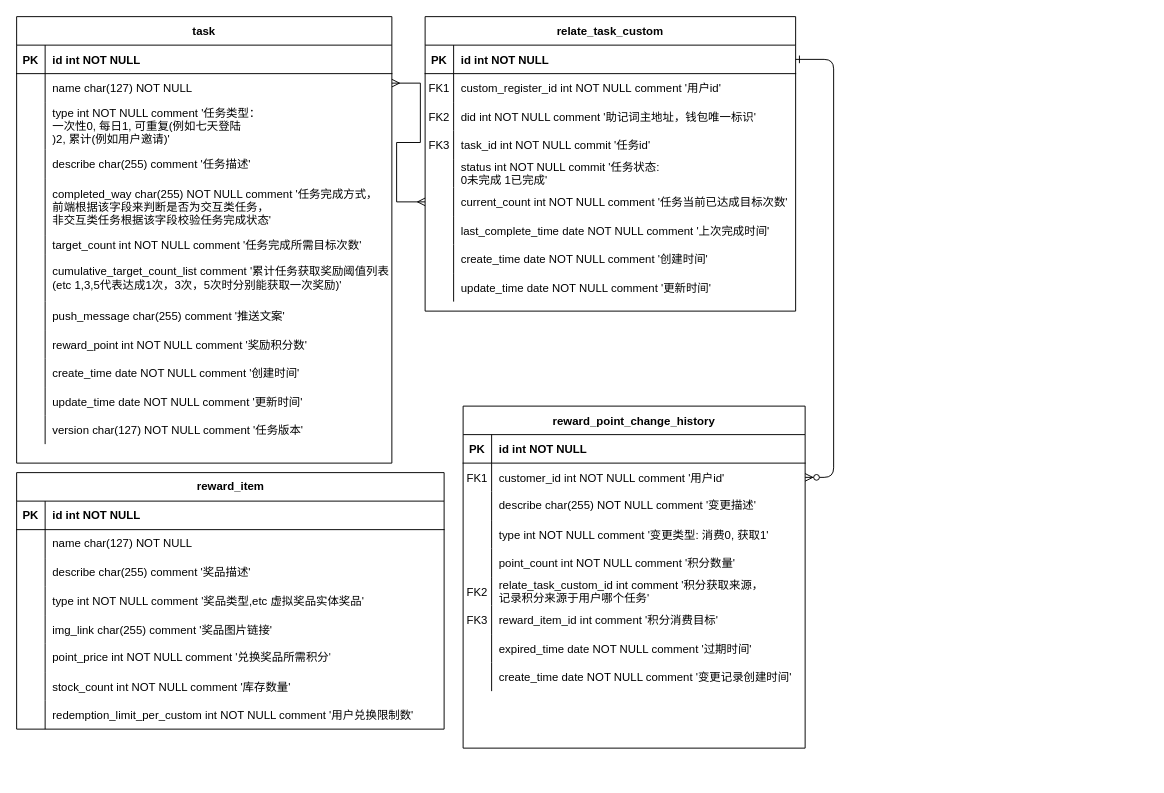
This is 未命名绘图.drawio from wangzuo2023/testCI, a draw.io file, before an edit. Source tidied: cells renumbered, new cells numbered last; positions are measured from the earlier drawing's top-left corner, leaving out a move shared by most shapes. Both pictures are drawn from the tidied source at 95%, with x=0, y=0 at pixel (16, 16).
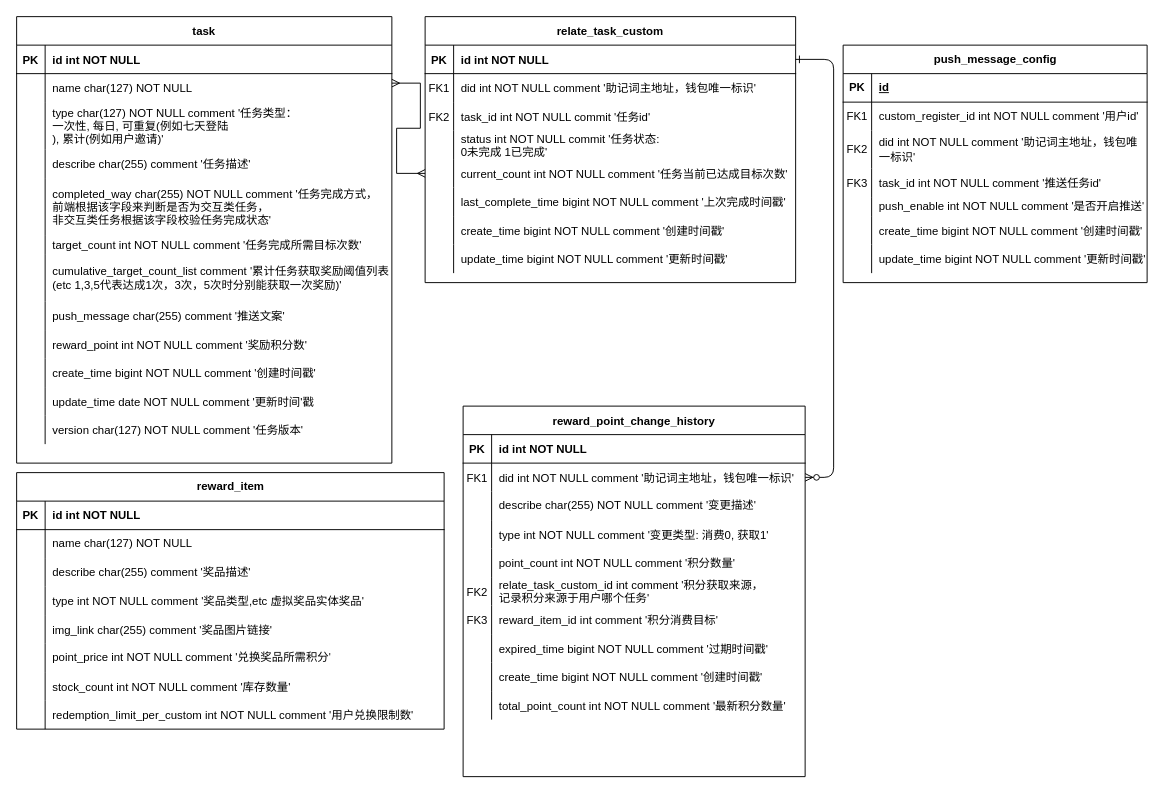
The same diagram, later.

Commit message:
积分任务系统接口设计.drawio

The change refers to these unchanged cells:
```xml
<mxCell id="35" style="shape=partialRectangle;fillColor=none;points=[[0,0.5],[1,0.5]];portConstraint=eastwest;top=0;left=0;right=0;bottom=0;" parent="31" vertex="1">
  <mxGeometry y="60" width="360" height="30" as="geometry" />
</mxCell>
<mxCell id="53" style="shape=tableRow;horizontal=0;startSize=0;swimlaneHead=0;swimlaneBody=0;fillColor=none;top=0;left=0;right=0;bottom=0;" parent="31" vertex="1">
  <mxGeometry y="240" width="360" height="30" as="geometry" />
</mxCell>
<mxCell id="56" style="shape=tableRow;horizontal=0;startSize=0;swimlaneHead=0;swimlaneBody=0;fillColor=none;top=0;left=0;right=0;bottom=0;" parent="31" vertex="1">
  <mxGeometry y="270" width="360" height="30" as="geometry" />
</mxCell>
<mxCell id="66" style="shape=tableRow;horizontal=0;startSize=0;swimlaneHead=0;swimlaneBody=0;fillColor=none;top=0;left=0;right=0;bottom=0;" parent="59" vertex="1">
  <mxGeometry y="90" width="395" height="50" as="geometry" />
</mxCell>
<mxCell id="87" style="shape=tableRow;horizontal=0;startSize=0;swimlaneHead=0;swimlaneBody=0;fillColor=none;top=0;left=0;right=0;bottom=0;" parent="59" vertex="1">
  <mxGeometry y="360" width="395" height="30" as="geometry" />
</mxCell>
<mxCell id="90" style="shape=tableRow;horizontal=0;startSize=0;swimlaneHead=0;swimlaneBody=0;fillColor=none;top=0;left=0;right=0;bottom=0;" parent="59" vertex="1">
  <mxGeometry y="390" width="395" height="30" as="geometry" />
</mxCell>
```

What changed in the source:
```diff
@@
     <mxCell id="3" value="relate_task_custom" style="shape=table;startSize=30;childLayout=tableLayout;rowLines=0;fontStyle=1;align=center;" parent="1" vertex="1">
-      <mxGeometry x="430" width="390" height="310" as="geometry" />
+      <mxGeometry x="430" width="390" height="280" as="geometry" />
     </mxCell>
@@
-    <mxCell id="7" style="shape=partialRectangle;fillColor=none;top=0;left=0;right=0;bottom=0;" parent="3" vertex="1">
-      <mxGeometry y="60" width="390" height="30" as="geometry" />
-    </mxCell>
-    <mxCell id="8" value="FK1" style="shape=partialRectangle;overflow=hidden;fillColor=none;top=0;left=0;bottom=0;right=0;" parent="7" vertex="1">
-      <mxGeometry width="30" height="30" as="geometry" />
-    </mxCell>
-    <mxCell id="9" value="custom_register_id int NOT NULL comment '用户id'" style="shape=partialRectangle;overflow=hidden;fillColor=none;top=0;left=0;bottom=0;right=0;align=left;spacingLeft=6;" parent="7" vertex="1">
-      <mxGeometry x="30" width="360" height="30" as="geometry" />
-    </mxCell>
     <mxCell id="10" style="shape=tableRow;horizontal=0;startSize=0;swimlaneHead=0;swimlaneBody=0;fillColor=none;top=0;left=0;right=0;bottom=0;" parent="3" vertex="1">
-      <mxGeometry y="90" width="390" height="30" as="geometry" />
+      <mxGeometry y="60" width="390" height="30" as="geometry" />
     </mxCell>
-    <mxCell id="11" value="FK2" style="shape=partialRectangle;fillColor=none;top=0;left=0;bottom=0;right=0;overflow=hidden;" parent="10" vertex="1">
+    <mxCell id="11" value="FK1" style="shape=partialRectangle;fillColor=none;top=0;left=0;bottom=0;right=0;overflow=hidden;" parent="10" vertex="1">
       <mxGeometry width="30" height="30" as="geometry" />
     </mxCell>
@@
     <mxCell id="13" style="shape=partialRectangle;fillColor=none;top=0;left=0;right=0;bottom=0;" parent="3" vertex="1">
-      <mxGeometry y="120" width="390" height="30" as="geometry" />
+      <mxGeometry y="90" width="390" height="30" as="geometry" />
     </mxCell>
-    <mxCell id="14" value="FK3" style="shape=partialRectangle;overflow=hidden;fillColor=none;top=0;left=0;bottom=0;right=0;" parent="13" vertex="1">
+    <mxCell id="14" value="FK2" style="shape=partialRectangle;overflow=hidden;fillColor=none;top=0;left=0;bottom=0;right=0;" parent="13" vertex="1">
       <mxGeometry width="30" height="30" as="geometry" />
     </mxCell>
@@
     <mxCell id="16" style="shape=tableRow;horizontal=0;startSize=0;swimlaneHead=0;swimlaneBody=0;fillColor=none;top=0;left=0;right=0;bottom=0;" parent="3" vertex="1">
-      <mxGeometry y="150" width="390" height="30" as="geometry" />
+      <mxGeometry y="120" width="390" height="30" as="geometry" />
     </mxCell>
@@
     <mxCell id="19" style="shape=tableRow;horizontal=0;startSize=0;swimlaneHead=0;swimlaneBody=0;fillColor=none;points=[[0,0.5],[1,0.5]];portConstraint=eastwest;top=0;left=0;right=0;bottom=0;" parent="3" vertex="1">
-      <mxGeometry y="180" width="390" height="30" as="geometry" />
+      <mxGeometry y="150" width="390" height="30" as="geometry" />
     </mxCell>
@@
     <mxCell id="22" style="shape=tableRow;horizontal=0;startSize=0;swimlaneHead=0;swimlaneBody=0;fillColor=none;top=0;left=0;right=0;bottom=0;" parent="3" vertex="1">
-      <mxGeometry y="210" width="390" height="30" as="geometry" />
+      <mxGeometry y="180" width="390" height="30" as="geometry" />
     </mxCell>
@@
-    <mxCell id="24" value="last_complete_time date NOT NULL comment '上次完成时间'" style="shape=partialRectangle;fillColor=none;top=0;left=0;bottom=0;right=0;align=left;spacingLeft=6;overflow=hidden;" parent="22" vertex="1">
+    <mxCell id="24" value="last_complete_time bigint NOT NULL comment '上次完成时间戳'" style="shape=partialRectangle;fillColor=none;top=0;left=0;bottom=0;right=0;align=left;spacingLeft=6;overflow=hidden;" parent="22" vertex="1">
       <mxGeometry x="30" width="360" height="30" as="geometry" />
     </mxCell>
     <mxCell id="25" style="shape=tableRow;horizontal=0;startSize=0;swimlaneHead=0;swimlaneBody=0;fillColor=none;top=0;left=0;right=0;bottom=0;" parent="3" vertex="1">
-      <mxGeometry y="240" width="390" height="30" as="geometry" />
+      <mxGeometry y="210" width="390" height="30" as="geometry" />
     </mxCell>
@@
-    <mxCell id="27" value="create_time date NOT NULL comment '创建时间'" style="shape=partialRectangle;fillColor=none;top=0;left=0;bottom=0;right=0;align=left;spacingLeft=6;overflow=hidden;" parent="25" vertex="1">
+    <mxCell id="27" value="create_time bigint NOT NULL comment '创建时间戳'" style="shape=partialRectangle;fillColor=none;top=0;left=0;bottom=0;right=0;align=left;spacingLeft=6;overflow=hidden;" parent="25" vertex="1">
       <mxGeometry x="30" width="360" height="30" as="geometry" />
     </mxCell>
     <mxCell id="28" style="shape=tableRow;horizontal=0;startSize=0;swimlaneHead=0;swimlaneBody=0;fillColor=none;top=0;left=0;right=0;bottom=0;" parent="3" vertex="1">
-      <mxGeometry y="270" width="390" height="30" as="geometry" />
+      <mxGeometry y="240" width="390" height="30" as="geometry" />
     </mxCell>
@@
-    <mxCell id="30" value="update_time date NOT NULL comment '更新时间'" style="shape=partialRectangle;fillColor=none;top=0;left=0;bottom=0;right=0;align=left;spacingLeft=6;overflow=hidden;" parent="28" vertex="1">
+    <mxCell id="30" value="update_time bigint NOT NULL comment '更新时间戳'" style="shape=partialRectangle;fillColor=none;top=0;left=0;bottom=0;right=0;align=left;spacingLeft=6;overflow=hidden;" parent="28" vertex="1">
       <mxGeometry x="30" width="360" height="30" as="geometry" />
     </mxCell>
     <mxCell id="31" value="reward_point_change_history" style="shape=table;startSize=30;childLayout=tableLayout;rowLines=0;fontStyle=1;align=center;" parent="1" vertex="1">
-      <mxGeometry x="470" y="410" width="360" height="360" as="geometry" />
+      <mxGeometry x="470" y="410" width="360" height="390" as="geometry" />
     </mxCell>
@@
-    <mxCell id="37" value="customer_id int NOT NULL comment '用户id'" style="shape=partialRectangle;overflow=hidden;fillColor=none;top=0;left=0;bottom=0;right=0;align=left;spacingLeft=6;" parent="35" vertex="1">
+    <mxCell id="37" value="did int NOT NULL comment '助记词主地址，钱包唯一标识'" style="shape=partialRectangle;overflow=hidden;fillColor=none;top=0;left=0;bottom=0;right=0;align=left;spacingLeft=6;" parent="35" vertex="1">
       <mxGeometry x="30" width="330" height="30" as="geometry" />
     </mxCell>
@@
-    <mxCell id="55" value="expired_time date NOT NULL comment '过期时间'" style="shape=partialRectangle;fillColor=none;top=0;left=0;bottom=0;right=0;align=left;spacingLeft=6;overflow=hidden;" parent="53" vertex="1">
+    <mxCell id="55" value="expired_time bigint NOT NULL comment '过期时间戳'" style="shape=partialRectangle;fillColor=none;top=0;left=0;bottom=0;right=0;align=left;spacingLeft=6;overflow=hidden;" parent="53" vertex="1">
       <mxGeometry x="30" width="330" height="30" as="geometry" />
     </mxCell>
@@
-    <mxCell id="58" value="create_time date NOT NULL comment '变更记录创建时间'" style="shape=partialRectangle;fillColor=none;top=0;left=0;bottom=0;right=0;align=left;spacingLeft=6;overflow=hidden;" parent="56" vertex="1">
+    <mxCell id="58" value="create_time bigint NOT NULL comment '创建时间戳'" style="shape=partialRectangle;fillColor=none;top=0;left=0;bottom=0;right=0;align=left;spacingLeft=6;overflow=hidden;" parent="56" vertex="1">
       <mxGeometry x="30" width="330" height="30" as="geometry" />
     </mxCell>
+    <mxCell id="122" style="shape=tableRow;horizontal=0;startSize=0;swimlaneHead=0;swimlaneBody=0;fillColor=none;top=0;left=0;right=0;bottom=0;" parent="31" vertex="1">
+      <mxGeometry y="300" width="360" height="30" as="geometry" />
+    </mxCell>
+    <mxCell id="123" style="shape=partialRectangle;fillColor=none;top=0;left=0;bottom=0;right=0;overflow=hidden;" parent="122" vertex="1">
+      <mxGeometry width="30" height="30" as="geometry" />
+    </mxCell>
+    <mxCell id="124" value="total_point_count int NOT NULL comment '最新积分数量'" style="shape=partialRectangle;fillColor=none;top=0;left=0;bottom=0;right=0;align=left;spacingLeft=6;overflow=hidden;" parent="122" vertex="1">
+      <mxGeometry x="30" width="330" height="30" as="geometry" />
+    </mxCell>
@@
-    <mxCell id="68" value="type int NOT NULL comment '任务类型：&#10;一次性0, 每日1, 可重复(例如七天登陆&#10;)2, 累计(例如用户邀请)'" style="shape=partialRectangle;fillColor=none;top=0;left=0;bottom=0;right=0;align=left;spacingLeft=6;overflow=hidden;verticalAlign=middle;" parent="66" vertex="1">
+    <mxCell id="68" value="type char(127) NOT NULL comment '任务类型：&#10;一次性, 每日, 可重复(例如七天登陆&#10;), 累计(例如用户邀请)'" style="shape=partialRectangle;fillColor=none;top=0;left=0;bottom=0;right=0;align=left;spacingLeft=6;overflow=hidden;verticalAlign=middle;" parent="66" vertex="1">
       <mxGeometry x="30" width="365" height="50" as="geometry" />
     </mxCell>
@@
-    <mxCell id="89" value="create_time date NOT NULL comment '创建时间'" style="shape=partialRectangle;fillColor=none;top=0;left=0;bottom=0;right=0;align=left;spacingLeft=6;overflow=hidden;" parent="87" vertex="1">
+    <mxCell id="89" value="create_time bigint NOT NULL comment '创建时间戳'" style="shape=partialRectangle;fillColor=none;top=0;left=0;bottom=0;right=0;align=left;spacingLeft=6;overflow=hidden;" parent="87" vertex="1">
       <mxGeometry x="30" width="365" height="30" as="geometry" />
     </mxCell>
@@
-    <mxCell id="92" value="update_time date NOT NULL comment '更新时间'" style="shape=partialRectangle;fillColor=none;top=0;left=0;bottom=0;right=0;align=left;spacingLeft=6;overflow=hidden;" parent="90" vertex="1">
+    <mxCell id="92" value="update_time date NOT NULL comment '更新时间'戳" style="shape=partialRectangle;fillColor=none;top=0;left=0;bottom=0;right=0;align=left;spacingLeft=6;overflow=hidden;" parent="90" vertex="1">
       <mxGeometry x="30" width="365" height="30" as="geometry" />
     </mxCell>
@@
+    <mxCell id="125" value="push_message_config" style="shape=table;startSize=30;childLayout=tableLayout;rowLines=0;fontStyle=1;align=center;html=1;" parent="1" vertex="1">
+      <mxGeometry x="870" y="30" width="320" height="250" as="geometry" />
+    </mxCell>
+    <mxCell id="126" style="shape=tableRow;horizontal=0;startSize=0;swimlaneHead=0;swimlaneBody=0;fillColor=none;top=0;left=0;right=0;bottom=1;" parent="125" vertex="1">
+      <mxGeometry y="30" width="320" height="30" as="geometry" />
+    </mxCell>
+    <mxCell id="127" value="PK" style="shape=partialRectangle;fillColor=none;top=0;left=0;bottom=0;right=0;fontStyle=1;overflow=hidden;whiteSpace=wrap;html=1;" parent="126" vertex="1">
+      <mxGeometry width="30" height="30" as="geometry" />
+    </mxCell>
+    <mxCell id="128" value="id" style="shape=partialRectangle;fillColor=none;top=0;left=0;bottom=0;right=0;align=left;spacingLeft=6;fontStyle=5;overflow=hidden;whiteSpace=wrap;html=1;" parent="126" vertex="1">
+      <mxGeometry x="30" width="290" height="30" as="geometry" />
+    </mxCell>
+    <mxCell id="129" style="shape=tableRow;horizontal=0;startSize=0;swimlaneHead=0;swimlaneBody=0;fillColor=none;top=0;left=0;right=0;bottom=0;" parent="125" vertex="1">
+      <mxGeometry y="60" width="320" height="30" as="geometry" />
+    </mxCell>
+    <mxCell id="8" value="FK1" style="shape=partialRectangle;fillColor=none;top=0;left=0;bottom=0;right=0;overflow=hidden;whiteSpace=wrap;html=1;" parent="129" vertex="1">
+      <mxGeometry width="30" height="30" as="geometry" />
+    </mxCell>
+    <mxCell id="9" value="custom_register_id int NOT NULL comment '用户id'" style="shape=partialRectangle;fillColor=none;top=0;left=0;bottom=0;right=0;align=left;spacingLeft=6;overflow=hidden;whiteSpace=wrap;html=1;" parent="129" vertex="1">
+      <mxGeometry x="30" width="290" height="30" as="geometry" />
+    </mxCell>
+    <mxCell id="130" style="shape=tableRow;horizontal=0;startSize=0;swimlaneHead=0;swimlaneBody=0;fillColor=none;top=0;left=0;right=0;bottom=0;" parent="125" vertex="1">
+      <mxGeometry y="90" width="320" height="40" as="geometry" />
+    </mxCell>
+    <mxCell id="131" value="FK2" style="shape=partialRectangle;fillColor=none;top=0;left=0;bottom=0;right=0;overflow=hidden;whiteSpace=wrap;html=1;" parent="130" vertex="1">
+      <mxGeometry width="30" height="40" as="geometry" />
+    </mxCell>
+    <mxCell id="132" value="did int NOT NULL comment '助记词主地址，钱包唯一标识'" style="shape=partialRectangle;fillColor=none;top=0;left=0;bottom=0;right=0;align=left;spacingLeft=6;overflow=hidden;whiteSpace=wrap;html=1;" parent="130" vertex="1">
+      <mxGeometry x="30" width="290" height="40" as="geometry" />
+    </mxCell>
+    <mxCell id="133" style="shape=tableRow;horizontal=0;startSize=0;swimlaneHead=0;swimlaneBody=0;fillColor=none;top=0;left=0;right=0;bottom=0;" parent="125" vertex="1">
+      <mxGeometry y="130" width="320" height="30" as="geometry" />
+    </mxCell>
+    <mxCell id="134" value="FK3" style="shape=partialRectangle;fillColor=none;top=0;left=0;bottom=0;right=0;overflow=hidden;" parent="133" vertex="1">
+      <mxGeometry width="30" height="30" as="geometry" />
+    </mxCell>
+    <mxCell id="135" value="task_id int NOT NULL comment '推送任务id'" style="shape=partialRectangle;fillColor=none;top=0;left=0;bottom=0;right=0;align=left;spacingLeft=6;overflow=hidden;" parent="133" vertex="1">
+      <mxGeometry x="30" width="290" height="30" as="geometry" />
+    </mxCell>
+    <mxCell id="136" style="shape=tableRow;horizontal=0;startSize=0;swimlaneHead=0;swimlaneBody=0;fillColor=none;top=0;left=0;right=0;bottom=0;" parent="125" vertex="1">
+      <mxGeometry y="160" width="320" height="20" as="geometry" />
+    </mxCell>
+    <mxCell id="137" style="shape=partialRectangle;fillColor=none;top=0;left=0;bottom=0;right=0;overflow=hidden;whiteSpace=wrap;html=1;" parent="136" vertex="1">
+      <mxGeometry width="30" height="20" as="geometry" />
+    </mxCell>
+    <mxCell id="138" value="push_enable int NOT NULL comment '是否开启推送'" style="shape=partialRectangle;fillColor=none;top=0;left=0;bottom=0;right=0;align=left;spacingLeft=6;overflow=hidden;whiteSpace=wrap;html=1;" parent="136" vertex="1">
+      <mxGeometry x="30" width="290" height="20" as="geometry" />
+    </mxCell>
+    <mxCell id="139" style="shape=tableRow;horizontal=0;startSize=0;swimlaneHead=0;swimlaneBody=0;fillColor=none;top=0;left=0;right=0;bottom=0;" parent="125" vertex="1">
+      <mxGeometry y="180" width="320" height="30" as="geometry" />
+    </mxCell>
+    <mxCell id="140" style="shape=partialRectangle;fillColor=none;top=0;left=0;bottom=0;right=0;overflow=hidden;" parent="139" vertex="1">
+      <mxGeometry width="30" height="30" as="geometry" />
+    </mxCell>
+    <mxCell id="141" value="create_time bigint NOT NULL comment '创建时间戳'" style="shape=partialRectangle;fillColor=none;top=0;left=0;bottom=0;right=0;align=left;spacingLeft=6;overflow=hidden;" parent="139" vertex="1">
+      <mxGeometry x="30" width="290" height="30" as="geometry" />
+    </mxCell>
+    <mxCell id="142" style="shape=tableRow;horizontal=0;startSize=0;swimlaneHead=0;swimlaneBody=0;fillColor=none;top=0;left=0;right=0;bottom=0;" parent="125" vertex="1">
+      <mxGeometry y="210" width="320" height="30" as="geometry" />
+    </mxCell>
+    <mxCell id="143" style="shape=partialRectangle;fillColor=none;top=0;left=0;bottom=0;right=0;overflow=hidden;" parent="142" vertex="1">
+      <mxGeometry width="30" height="30" as="geometry" />
+    </mxCell>
+    <mxCell id="144" value="update_time bigint NOT NULL comment '更新时间戳'" style="shape=partialRectangle;fillColor=none;top=0;left=0;bottom=0;right=0;align=left;spacingLeft=6;overflow=hidden;" parent="142" vertex="1">
+      <mxGeometry x="30" width="290" height="30" as="geometry" />
+    </mxCell>
```
